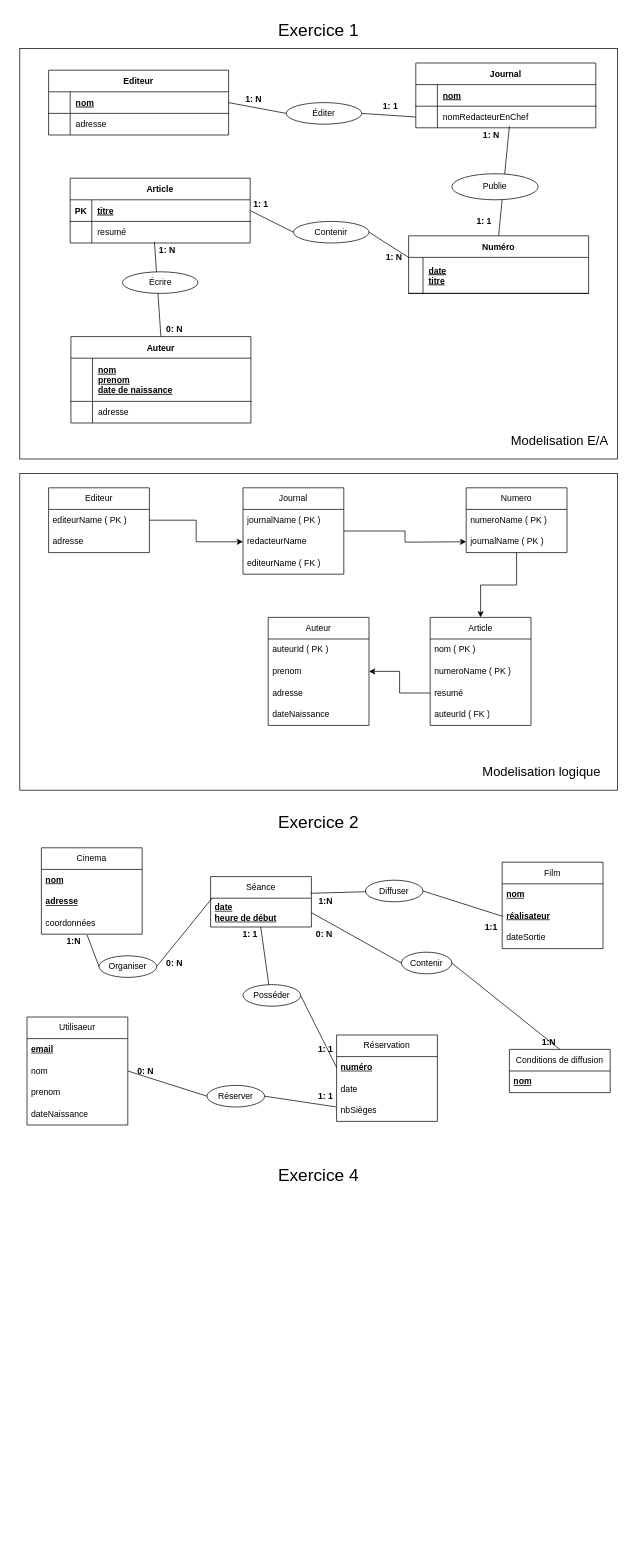
florian-alb/administration-bdd-2025 keeps this draw.io diagram as TP-1-Modelisation/exercice-1.drawio. Above is the earlier version. Source tidied: cells renumbered, new cells numbered last; positions are measured from the earlier drawing's top-left corner, leaving out a move shared by most shapes. Both pictures are drawn from the tidied source at 72%, with x=0, y=0 at pixel (19, 12).
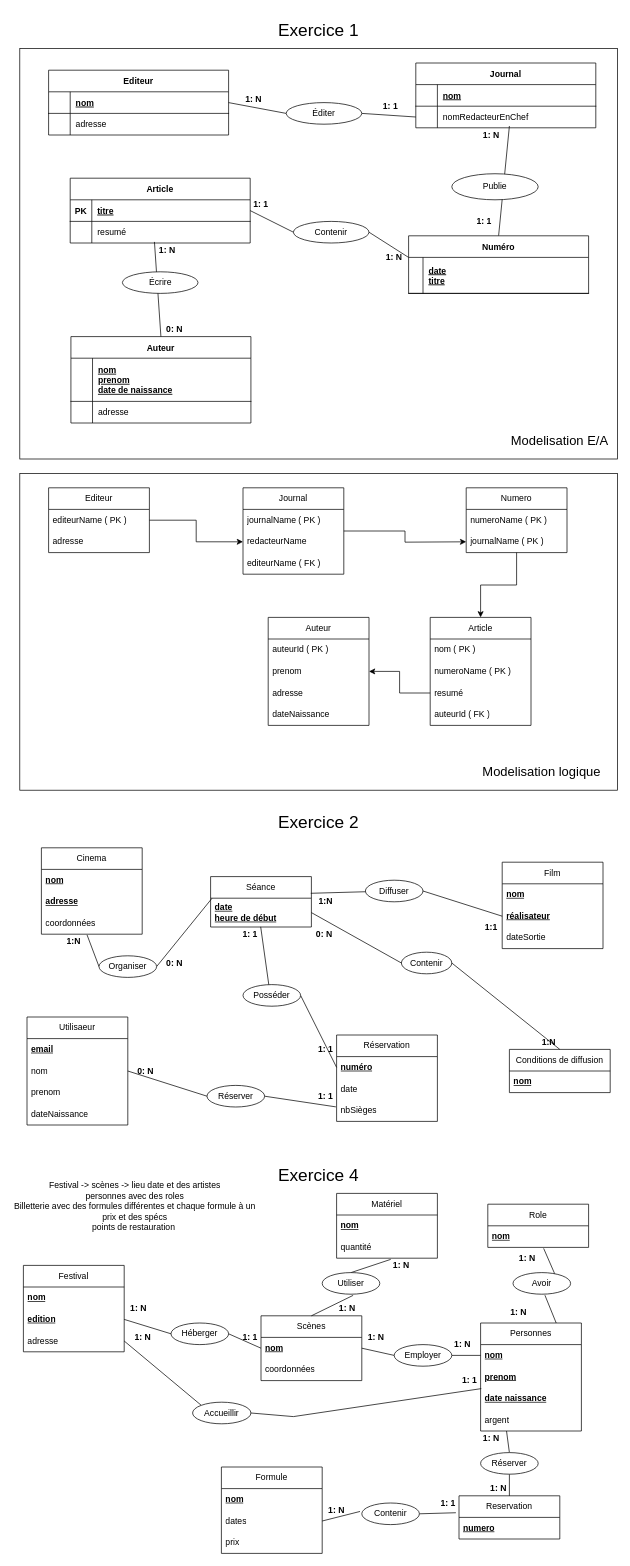
The same page after the edit.

Commit message (it also covers changes not shown here):
Mettre à jour exercice-1.drawio

Change to the diagram source:
```diff
@@
+    <mxCell id="130" value="Festival -&amp;gt; scènes -&amp;gt; lieu date et des artistes&lt;br&gt;personnes avec des roles&lt;br&gt;Billetterie avec des formules différentes et chaque formule à un prix et des spécs&lt;div&gt;points de restauration&amp;nbsp;&lt;/div&gt;&lt;div&gt;&lt;div&gt;&lt;br&gt;&lt;/div&gt;&lt;/div&gt;" style="text;html=1;align=center;verticalAlign=middle;whiteSpace=wrap;rounded=0;" parent="1" vertex="1">
+      <mxGeometry x="-10" y="1610" width="340" height="110" as="geometry" />
+    </mxCell>
+    <mxCell id="131" value="Festival" style="swimlane;fontStyle=0;horizontal=1;startSize=30;whiteSpace=wrap;html=1;" parent="1" vertex="1">
+      <mxGeometry x="5" y="1740" width="140" height="120" as="geometry" />
+    </mxCell>
+    <mxCell id="132" value="&lt;b&gt;&lt;u&gt;nom&lt;/u&gt;&lt;/b&gt;" style="text;strokeColor=none;fillColor=none;align=left;verticalAlign=middle;spacingLeft=4;spacingRight=4;overflow=hidden;whiteSpace=wrap;html=1;" parent="131" vertex="1">
+      <mxGeometry y="30" width="140" height="30" as="geometry" />
+    </mxCell>
+    <mxCell id="133" value="&lt;b&gt;&lt;u&gt;edition&lt;/u&gt;&lt;/b&gt;" style="text;strokeColor=none;fillColor=none;align=left;verticalAlign=middle;spacingLeft=4;spacingRight=4;overflow=hidden;points=[[0,0.5],[1,0.5]];portConstraint=eastwest;whiteSpace=wrap;html=1;" parent="131" vertex="1">
+      <mxGeometry y="60" width="140" height="30" as="geometry" />
+    </mxCell>
+    <mxCell id="134" value="adresse" style="text;strokeColor=none;fillColor=none;align=left;verticalAlign=middle;spacingLeft=4;spacingRight=4;overflow=hidden;points=[[0,0.5],[1,0.5]];portConstraint=eastwest;whiteSpace=wrap;html=1;" parent="131" vertex="1">
+      <mxGeometry y="90" width="140" height="30" as="geometry" />
+    </mxCell>
+    <mxCell id="135" value="Scènes" style="swimlane;fontStyle=0;horizontal=1;startSize=30;whiteSpace=wrap;html=1;" parent="1" vertex="1">
+      <mxGeometry x="335" y="1810" width="140" height="90" as="geometry" />
+    </mxCell>
+    <mxCell id="136" value="&lt;b&gt;&lt;u&gt;nom&lt;/u&gt;&lt;/b&gt;" style="text;strokeColor=none;fillColor=none;align=left;verticalAlign=middle;spacingLeft=4;spacingRight=4;overflow=hidden;points=[[0,0.5],[1,0.5]];portConstraint=eastwest;whiteSpace=wrap;html=1;" parent="135" vertex="1">
+      <mxGeometry y="30" width="140" height="30" as="geometry" />
+    </mxCell>
+    <mxCell id="137" value="coordonnées" style="text;strokeColor=none;fillColor=none;align=left;verticalAlign=middle;spacingLeft=4;spacingRight=4;overflow=hidden;whiteSpace=wrap;html=1;" parent="135" vertex="1">
+      <mxGeometry y="60" width="140" height="30" as="geometry" />
+    </mxCell>
+    <mxCell id="138" style="endArrow=none;html=1;rounded=0;exitX=1;exitY=0.5;exitDx=0;exitDy=0;entryX=0;entryY=0.5;entryDx=0;entryDy=0;" parent="1" edge="1" source="178" target="136">
+      <mxGeometry relative="1" as="geometry" />
+    </mxCell>
+    <mxCell id="139" value="Personnes" style="swimlane;fontStyle=0;horizontal=1;startSize=30;whiteSpace=wrap;html=1;" parent="1" vertex="1">
+      <mxGeometry x="640" y="1820" width="140" height="150" as="geometry" />
+    </mxCell>
+    <mxCell id="140" value="&lt;b&gt;&lt;u&gt;nom&lt;/u&gt;&lt;/b&gt;" style="text;strokeColor=none;fillColor=none;align=left;verticalAlign=middle;spacingLeft=4;spacingRight=4;overflow=hidden;points=[[0,0.5],[1,0.5]];portConstraint=eastwest;whiteSpace=wrap;html=1;" parent="139" vertex="1">
+      <mxGeometry y="30" width="140" height="30" as="geometry" />
+    </mxCell>
+    <mxCell id="141" value="prenom" style="text;strokeColor=none;fillColor=none;align=left;verticalAlign=middle;spacingLeft=4;spacingRight=4;overflow=hidden;whiteSpace=wrap;html=1;fontStyle=5;" parent="139" vertex="1">
+      <mxGeometry y="60" width="140" height="30" as="geometry" />
+    </mxCell>
+    <mxCell id="142" value="date naissance" style="text;strokeColor=none;fillColor=none;align=left;verticalAlign=middle;spacingLeft=4;spacingRight=4;overflow=hidden;points=[[0,0.5],[1,0.5]];portConstraint=eastwest;whiteSpace=wrap;html=1;fontStyle=5;" parent="139" vertex="1">
+      <mxGeometry y="90" width="140" height="30" as="geometry" />
+    </mxCell>
+    <mxCell id="143" value="argent" style="text;strokeColor=none;fillColor=none;align=left;verticalAlign=middle;spacingLeft=4;spacingRight=4;overflow=hidden;whiteSpace=wrap;html=1;" parent="139" vertex="1">
+      <mxGeometry y="120" width="140" height="30" as="geometry" />
+    </mxCell>
+    <mxCell id="144" value="Role" style="swimlane;fontStyle=0;horizontal=1;startSize=30;whiteSpace=wrap;html=1;" parent="1" vertex="1">
+      <mxGeometry x="650" y="1655" width="140" height="60" as="geometry" />
+    </mxCell>
+    <mxCell id="145" value="&lt;b&gt;&lt;u&gt;nom&lt;/u&gt;&lt;/b&gt;" style="text;strokeColor=none;fillColor=none;align=left;verticalAlign=middle;spacingLeft=4;spacingRight=4;overflow=hidden;points=[[0,0.5],[1,0.5]];portConstraint=eastwest;whiteSpace=wrap;html=1;" parent="144" vertex="1">
+      <mxGeometry y="30" width="140" height="30" as="geometry" />
+    </mxCell>
+    <mxCell id="146" value="Reservation" style="swimlane;fontStyle=0;horizontal=1;startSize=30;whiteSpace=wrap;html=1;" parent="1" vertex="1">
+      <mxGeometry x="610" y="2060" width="140" height="60" as="geometry" />
+    </mxCell>
+    <mxCell id="147" value="numero" style="text;strokeColor=none;fillColor=none;align=left;verticalAlign=middle;spacingLeft=4;spacingRight=4;overflow=hidden;whiteSpace=wrap;html=1;fontStyle=5;" parent="146" vertex="1">
+      <mxGeometry y="30" width="140" height="30" as="geometry" />
+    </mxCell>
+    <mxCell id="148" value="Formule" style="swimlane;fontStyle=0;horizontal=1;startSize=30;whiteSpace=wrap;html=1;" parent="1" vertex="1">
+      <mxGeometry x="280" y="2020" width="140" height="120" as="geometry" />
+    </mxCell>
+    <mxCell id="149" value="nom" style="text;strokeColor=none;fillColor=none;align=left;verticalAlign=middle;spacingLeft=4;spacingRight=4;overflow=hidden;whiteSpace=wrap;html=1;fontStyle=5;" parent="148" vertex="1">
+      <mxGeometry y="30" width="140" height="30" as="geometry" />
+    </mxCell>
+    <mxCell id="150" value="dates" style="text;strokeColor=none;fillColor=none;align=left;verticalAlign=middle;spacingLeft=4;spacingRight=4;overflow=hidden;points=[[0,0.5],[1,0.5]];portConstraint=eastwest;whiteSpace=wrap;html=1;" parent="148" vertex="1">
+      <mxGeometry y="60" width="140" height="30" as="geometry" />
+    </mxCell>
+    <mxCell id="151" value="prix" style="text;strokeColor=none;fillColor=none;align=left;verticalAlign=middle;spacingLeft=4;spacingRight=4;overflow=hidden;whiteSpace=wrap;html=1;" parent="148" vertex="1">
+      <mxGeometry y="90" width="140" height="30" as="geometry" />
+    </mxCell>
+    <mxCell id="152" style="endArrow=none;html=1;rounded=0;exitX=1;exitY=0.5;exitDx=0;exitDy=0;entryX=0;entryY=0.5;entryDx=0;entryDy=0;" parent="1" edge="1" source="186" target="140">
+      <mxGeometry relative="1" as="geometry" />
+    </mxCell>
+    <mxCell id="153" style="endArrow=none;html=1;rounded=0;exitX=1;exitY=0.5;exitDx=0;exitDy=0;entryX=0.007;entryY=0.038;entryDx=0;entryDy=0;entryPerimeter=0;" parent="1" edge="1" source="176" target="142">
+      <mxGeometry relative="1" as="geometry">
+        <Array as="points">
+          <mxPoint x="380" y="1950" />
+        </Array>
+      </mxGeometry>
+    </mxCell>
+    <mxCell id="154" style="endArrow=none;html=1;rounded=0;exitX=0.5;exitY=0;exitDx=0;exitDy=0;" parent="1" edge="1" source="182">
+      <mxGeometry relative="1" as="geometry">
+        <mxPoint x="676" y="1970" as="targetPoint" />
+      </mxGeometry>
+    </mxCell>
+    <mxCell id="155" style="endArrow=none;html=1;rounded=0;entryX=0.75;entryY=0;entryDx=0;entryDy=0;exitX=0.554;exitY=1.046;exitDx=0;exitDy=0;exitPerimeter=0;" parent="1" edge="1" source="184" target="139">
+      <mxGeometry relative="1" as="geometry" />
+    </mxCell>
+    <mxCell id="156" value="Matériel" style="swimlane;fontStyle=0;horizontal=1;startSize=30;whiteSpace=wrap;html=1;" parent="1" vertex="1">
+      <mxGeometry x="440" y="1640" width="140" height="90" as="geometry" />
+    </mxCell>
+    <mxCell id="157" value="nom" style="text;strokeColor=none;fillColor=none;align=left;verticalAlign=middle;spacingLeft=4;spacingRight=4;overflow=hidden;whiteSpace=wrap;html=1;fontStyle=5;" parent="156" vertex="1">
+      <mxGeometry y="30" width="140" height="30" as="geometry" />
+    </mxCell>
+    <mxCell id="158" value="quantité" style="text;strokeColor=none;fillColor=none;align=left;verticalAlign=middle;spacingLeft=4;spacingRight=4;overflow=hidden;points=[[0,0.5],[1,0.5]];portConstraint=eastwest;whiteSpace=wrap;html=1;" parent="156" vertex="1">
+      <mxGeometry y="60" width="140" height="30" as="geometry" />
+    </mxCell>
+    <mxCell id="159" style="endArrow=none;html=1;rounded=0;entryX=0.5;entryY=0;entryDx=0;entryDy=0;exitX=0.537;exitY=1.054;exitDx=0;exitDy=0;exitPerimeter=0;" parent="1" edge="1" source="188" target="135">
+      <mxGeometry relative="1" as="geometry" />
+    </mxCell>
+    <mxCell id="160" style="endArrow=none;html=1;rounded=0;exitX=1;exitY=0.5;exitDx=0;exitDy=0;entryX=-0.031;entryY=0.392;entryDx=0;entryDy=0;entryPerimeter=0;" parent="1" edge="1" source="180" target="146">
+      <mxGeometry relative="1" as="geometry" />
+    </mxCell>
+    <mxCell id="161" value="&lt;b&gt;1: N&lt;/b&gt;" style="text;html=1;align=center;verticalAlign=middle;whiteSpace=wrap;rounded=0;" parent="1" vertex="1">
+      <mxGeometry x="140" y="1790" width="50" height="20" as="geometry" />
+    </mxCell>
+    <mxCell id="162" value="&lt;b&gt;1: 1&lt;/b&gt;" style="text;html=1;align=center;verticalAlign=middle;whiteSpace=wrap;rounded=0;" parent="1" vertex="1">
+      <mxGeometry x="295" y="1830" width="50" height="20" as="geometry" />
+    </mxCell>
+    <mxCell id="163" value="&lt;b&gt;1: N&lt;/b&gt;" style="text;html=1;align=center;verticalAlign=middle;whiteSpace=wrap;rounded=0;" parent="1" vertex="1">
+      <mxGeometry x="146" y="1830" width="50" height="20" as="geometry" />
+    </mxCell>
+    <mxCell id="164" value="&lt;b&gt;1: 1&lt;/b&gt;" style="text;html=1;align=center;verticalAlign=middle;whiteSpace=wrap;rounded=0;" parent="1" vertex="1">
+      <mxGeometry x="600" y="1890" width="50" height="20" as="geometry" />
+    </mxCell>
+    <mxCell id="165" value="&lt;b&gt;1: N&lt;/b&gt;" style="text;html=1;align=center;verticalAlign=middle;whiteSpace=wrap;rounded=0;" parent="1" vertex="1">
+      <mxGeometry x="590" y="1840" width="50" height="20" as="geometry" />
+    </mxCell>
+    <mxCell id="166" value="&lt;b&gt;1: N&lt;/b&gt;" style="text;html=1;align=center;verticalAlign=middle;whiteSpace=wrap;rounded=0;" parent="1" vertex="1">
+      <mxGeometry x="470" y="1830" width="50" height="20" as="geometry" />
+    </mxCell>
+    <mxCell id="167" value="&lt;b&gt;1: N&lt;/b&gt;" style="text;html=1;align=center;verticalAlign=middle;whiteSpace=wrap;rounded=0;" parent="1" vertex="1">
+      <mxGeometry x="680" y="1720" width="50" height="20" as="geometry" />
+    </mxCell>
+    <mxCell id="168" value="&lt;b&gt;1: N&lt;/b&gt;" style="text;html=1;align=center;verticalAlign=middle;whiteSpace=wrap;rounded=0;" parent="1" vertex="1">
+      <mxGeometry x="668" y="1796" width="50" height="20" as="geometry" />
+    </mxCell>
+    <mxCell id="169" value="&lt;b&gt;1: N&lt;/b&gt;" style="text;html=1;align=center;verticalAlign=middle;whiteSpace=wrap;rounded=0;" parent="1" vertex="1">
+      <mxGeometry x="630" y="1970" width="50" height="20" as="geometry" />
+    </mxCell>
+    <mxCell id="170" value="&lt;b&gt;1: N&lt;/b&gt;" style="text;html=1;align=center;verticalAlign=middle;whiteSpace=wrap;rounded=0;" parent="1" vertex="1">
+      <mxGeometry x="640" y="2040" width="50" height="20" as="geometry" />
+    </mxCell>
+    <mxCell id="171" value="&lt;b&gt;1: 1&lt;/b&gt;" style="text;html=1;align=center;verticalAlign=middle;whiteSpace=wrap;rounded=0;" parent="1" vertex="1">
+      <mxGeometry x="570" y="2060" width="50" height="20" as="geometry" />
+    </mxCell>
+    <mxCell id="172" value="&lt;b&gt;1: N&lt;/b&gt;" style="text;html=1;align=center;verticalAlign=middle;whiteSpace=wrap;rounded=0;" parent="1" vertex="1">
+      <mxGeometry x="415" y="2070" width="50" height="20" as="geometry" />
+    </mxCell>
+    <mxCell id="173" value="&lt;b&gt;1: N&lt;/b&gt;" style="text;html=1;align=center;verticalAlign=middle;whiteSpace=wrap;rounded=0;" parent="1" vertex="1">
+      <mxGeometry x="505" y="1730" width="50" height="20" as="geometry" />
+    </mxCell>
+    <mxCell id="174" value="&lt;b&gt;1: N&lt;/b&gt;" style="text;html=1;align=center;verticalAlign=middle;whiteSpace=wrap;rounded=0;" parent="1" vertex="1">
+      <mxGeometry x="430" y="1790" width="50" height="20" as="geometry" />
+    </mxCell>
+    <mxCell id="175" style="endArrow=none;html=1;rounded=0;exitX=1;exitY=0.5;exitDx=0;exitDy=0;entryX=0;entryY=0;entryDx=0;entryDy=0;" parent="1" edge="1" source="134" target="176">
+      <mxGeometry relative="1" as="geometry" />
+    </mxCell>
+    <mxCell id="176" value="Accueillir" style="ellipse;whiteSpace=wrap;html=1;" parent="1" vertex="1">
+      <mxGeometry x="240" y="1930" width="81" height="30" as="geometry" />
+    </mxCell>
+    <mxCell id="177" style="endArrow=none;html=1;rounded=0;exitX=1;exitY=0.5;exitDx=0;exitDy=0;entryX=0;entryY=0.5;entryDx=0;entryDy=0;" parent="1" edge="1" source="133" target="178">
+      <mxGeometry relative="1" as="geometry" />
+    </mxCell>
+    <mxCell id="178" value="Héberger" style="ellipse;whiteSpace=wrap;html=1;" parent="1" vertex="1">
+      <mxGeometry x="210" y="1820" width="80" height="30" as="geometry" />
+    </mxCell>
+    <mxCell id="179" style="endArrow=none;html=1;rounded=0;exitX=1;exitY=0.5;exitDx=0;exitDy=0;entryX=-0.031;entryY=0.392;entryDx=0;entryDy=0;entryPerimeter=0;" parent="1" edge="1" source="150" target="180">
+      <mxGeometry relative="1" as="geometry" />
+    </mxCell>
+    <mxCell id="180" value="Contenir" style="ellipse;whiteSpace=wrap;html=1;" parent="1" vertex="1">
+      <mxGeometry x="475" y="2070" width="80" height="30" as="geometry" />
+    </mxCell>
+    <mxCell id="181" style="endArrow=none;html=1;rounded=0;exitX=0.5;exitY=0;exitDx=0;exitDy=0;" parent="1" edge="1" source="146" target="182">
+      <mxGeometry relative="1" as="geometry" />
+    </mxCell>
+    <mxCell id="182" value="Réserver" style="ellipse;whiteSpace=wrap;html=1;" parent="1" vertex="1">
+      <mxGeometry x="640" y="2000" width="80" height="30" as="geometry" />
+    </mxCell>
+    <mxCell id="183" style="endArrow=none;html=1;rounded=0;entryX=0.75;entryY=0;entryDx=0;entryDy=0;exitX=0.554;exitY=1.046;exitDx=0;exitDy=0;exitPerimeter=0;" parent="1" edge="1" source="145" target="184">
+      <mxGeometry relative="1" as="geometry" />
+    </mxCell>
+    <mxCell id="184" value="Avoir" style="ellipse;whiteSpace=wrap;html=1;" parent="1" vertex="1">
+      <mxGeometry x="685" y="1750" width="80" height="30" as="geometry" />
+    </mxCell>
+    <mxCell id="185" style="endArrow=none;html=1;rounded=0;exitX=1;exitY=0.5;exitDx=0;exitDy=0;entryX=0;entryY=0.5;entryDx=0;entryDy=0;" parent="1" edge="1" source="136" target="186">
+      <mxGeometry relative="1" as="geometry" />
+    </mxCell>
+    <mxCell id="186" value="Employer" style="ellipse;whiteSpace=wrap;html=1;" parent="1" vertex="1">
+      <mxGeometry x="520" y="1850" width="80" height="30" as="geometry" />
+    </mxCell>
+    <mxCell id="187" style="endArrow=none;html=1;rounded=0;entryX=0.5;entryY=0;entryDx=0;entryDy=0;exitX=0.537;exitY=1.054;exitDx=0;exitDy=0;exitPerimeter=0;" parent="1" edge="1" source="158" target="188">
+      <mxGeometry relative="1" as="geometry" />
+    </mxCell>
+    <mxCell id="188" value="Utiliser" style="ellipse;whiteSpace=wrap;html=1;" parent="1" vertex="1">
+      <mxGeometry x="420" y="1750" width="80" height="30" as="geometry" />
+    </mxCell>
```
